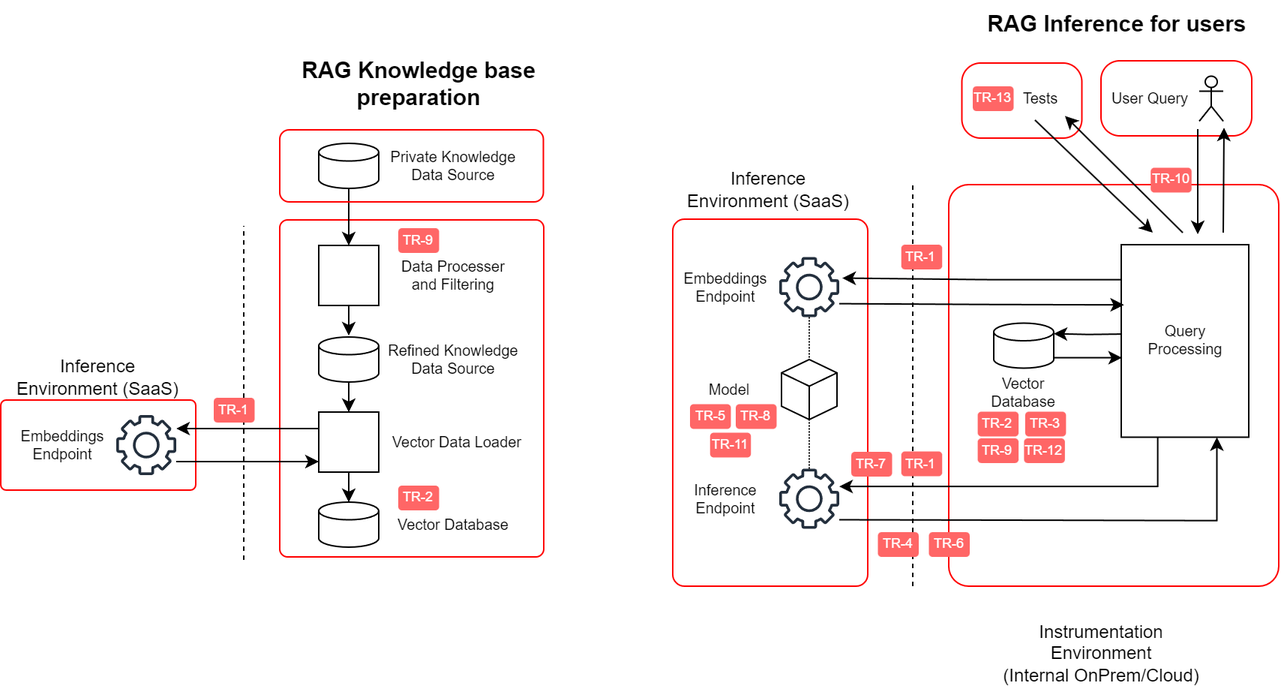
finos/ai-readiness keeps this draw.io diagram as docs/llm_rag_security.png. Above is the earlier version. Source tidied: cells renumbered, new cells last; positions are measured from the earlier drawing's top-left corner, leaving out a move shared by most shapes.
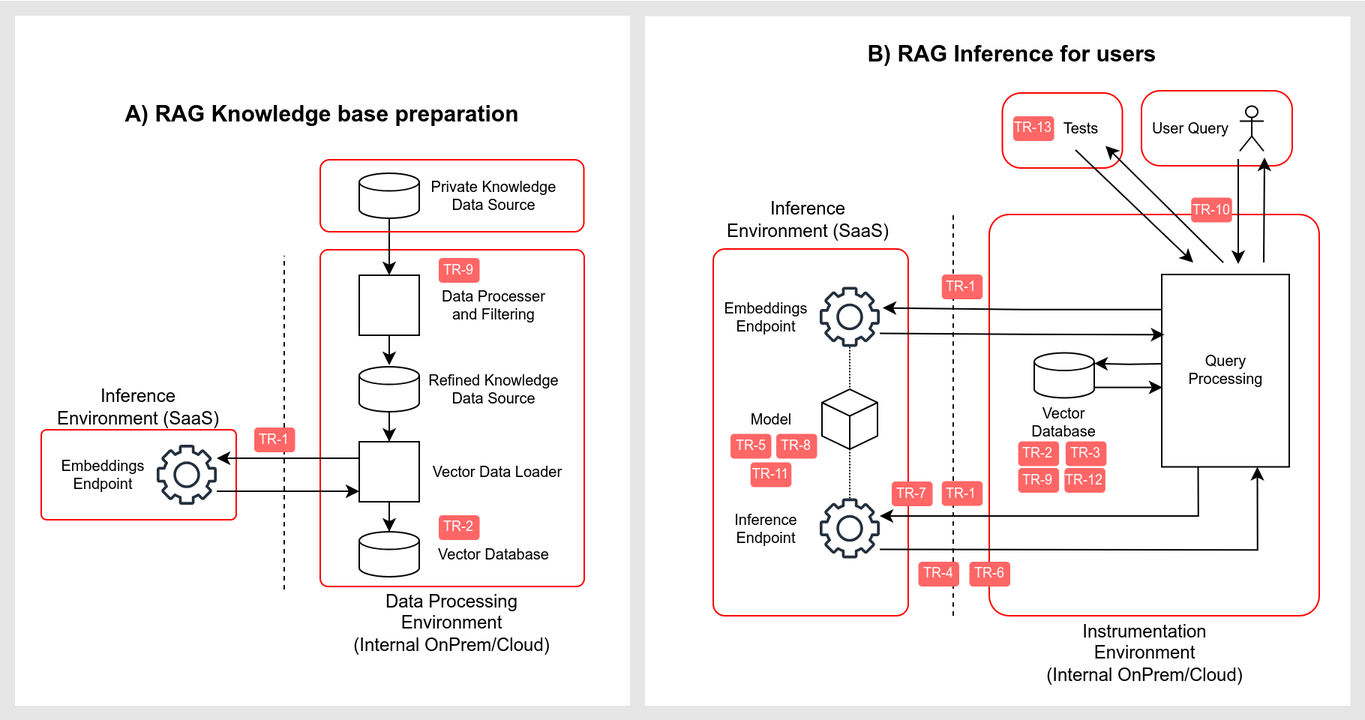
After the change.

Commit message:
refactor: clarified diagram correspond to two separated phases

What changed in the source:
```diff
@@ -2,6 +2,15 @@
   <root>
     <mxCell id="0" />
     <mxCell id="1" parent="0" />
+    <mxCell id="76" style="rounded=0;whiteSpace=wrap;html=1;fillColor=#E6E6E6;strokeColor=none;" parent="1" vertex="1">
+      <mxGeometry x="-27.5" y="-20" width="910" height="480" as="geometry" />
+    </mxCell>
+    <mxCell id="77" style="rounded=0;whiteSpace=wrap;html=1;strokeColor=none;" parent="1" vertex="1">
+      <mxGeometry x="-17.5" y="-10" width="410" height="460" as="geometry" />
+    </mxCell>
+    <mxCell id="78" style="rounded=0;whiteSpace=wrap;html=1;strokeColor=none;" parent="1" vertex="1">
+      <mxGeometry x="402.5" y="-9.6" width="470.2" height="459.6" as="geometry" />
+    </mxCell>
     <mxCell id="2" style="rounded=1;whiteSpace=wrap;html=1;arcSize=6;strokeColor=#FF0000;fillColor=none;fontColor=#FF0000;" parent="1" vertex="1">
       <mxGeometry x="448" y="145.5" width="130" height="244.5" as="geometry" />
     </mxCell>
@@ -135,11 +144,11 @@
     <mxCell id="38" value="Query&lt;br&gt;P&lt;span style=&quot;background-color: initial;&quot;&gt;rocessing&lt;/span&gt;" style="text;html=1;align=center;verticalAlign=middle;whiteSpace=wrap;rounded=0;fontSize=10;" parent="1" vertex="1">
       <mxGeometry x="754.5" y="210.8" width="70" height="30" as="geometry" />
     </mxCell>
-    <mxCell id="39" value="RAG Knowledge base preparation" style="text;html=1;align=center;verticalAlign=middle;whiteSpace=wrap;rounded=0;fontSize=15;fontStyle=1;" parent="1" vertex="1">
-      <mxGeometry x="178.6" y="40" width="200" height="30" as="geometry" />
+    <mxCell id="39" value="A) RAG Knowledge base preparation" style="text;html=1;align=center;verticalAlign=middle;whiteSpace=wrap;rounded=0;fontSize=15;fontStyle=1;" parent="1" vertex="1">
+      <mxGeometry x="48" y="40" width="279" height="30" as="geometry" />
     </mxCell>
-    <mxCell id="40" value="RAG Inference for users" style="text;html=1;align=center;verticalAlign=middle;whiteSpace=wrap;rounded=0;fontSize=15;fontStyle=1;" parent="1" vertex="1">
-      <mxGeometry x="637" width="215" height="30" as="geometry" />
+    <mxCell id="40" value="B) RAG Inference for users" style="text;html=1;align=center;verticalAlign=middle;whiteSpace=wrap;rounded=0;fontSize=15;fontStyle=1;" parent="1" vertex="1">
+      <mxGeometry x="539.5" width="215" height="30" as="geometry" />
     </mxCell>
     <mxCell id="41" value="Model" style="text;html=1;align=center;verticalAlign=middle;whiteSpace=wrap;rounded=0;fontSize=10;" parent="1" vertex="1">
       <mxGeometry x="457.5" y="243.8" width="58" height="30" as="geometry" />
@@ -200,7 +209,7 @@
       </mxGeometry>
     </mxCell>
     <mxCell id="54" value="Instrumentation&lt;br&gt;Environment&lt;br&gt;(Internal OnPrem/Cloud)" style="text;html=1;align=center;verticalAlign=middle;whiteSpace=wrap;rounded=0;fontSize=12;" parent="1" vertex="1">
-      <mxGeometry x="660.8" y="420" width="145.5" height="30" as="geometry" />
+      <mxGeometry x="662.8" y="400" width="145.5" height="30" as="geometry" />
     </mxCell>
     <mxCell id="55" style="edgeStyle=orthogonalEdgeStyle;rounded=0;orthogonalLoop=1;jettySize=auto;html=1;entryX=0.005;entryY=0.782;entryDx=0;entryDy=0;entryPerimeter=0;" parent="1" edge="1">
       <mxGeometry relative="1" as="geometry">
@@ -274,5 +283,8 @@
     <mxCell id="75" style="html=1;whiteSpace=wrap;shape=isoCube2;backgroundOutline=1;isoAngle=15;" parent="1" vertex="1">
       <mxGeometry x="520.5" y="239" width="37" height="40" as="geometry" />
     </mxCell>
+    <mxCell id="79" value="Data Processing&lt;br&gt;Environment&lt;br&gt;(Internal OnPrem/Cloud)" style="text;html=1;align=center;verticalAlign=middle;whiteSpace=wrap;rounded=0;fontSize=12;" parent="1" vertex="1">
+      <mxGeometry x="201.1" y="380" width="145.5" height="30" as="geometry" />
+    </mxCell>
   </root>
 </mxGraphModel>
```
